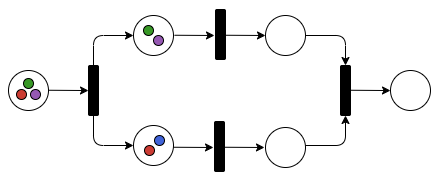
Before: logo/DistributedWorkflow.png, a diagram exported from draw.io (FiroozehDastur/DistributedWorkflows.jl). Source tidied: cells renumbered, new cells last; positions are measured from the earlier drawing's top-left corner, leaving out a move shared by most shapes. The source it was exported from:
```xml
<mxGraphModel>
  <root>
    <mxCell id="0" />
    <mxCell id="1" parent="0" />
    <mxCell id="2" style="rounded=1;whiteSpace=wrap;html=1;strokeColor=#FFFFFF;fillColor=#FFFFFF;" parent="1" vertex="1">
      <mxGeometry width="440" height="180" as="geometry" />
    </mxCell>
    <mxCell id="3" style="ellipse;whiteSpace=wrap;html=1;" parent="1" vertex="1">
      <mxGeometry x="8" y="70" width="40" height="40" as="geometry" />
    </mxCell>
    <mxCell id="4" style="ellipse;whiteSpace=wrap;html=1;" parent="1" vertex="1">
      <mxGeometry x="265" y="15" width="40" height="40" as="geometry" />
    </mxCell>
    <mxCell id="5" style="ellipse;whiteSpace=wrap;html=1;" parent="1" vertex="1">
      <mxGeometry x="265" y="127" width="40" height="40" as="geometry" />
    </mxCell>
    <mxCell id="6" style="ellipse;whiteSpace=wrap;html=1;" parent="1" vertex="1">
      <mxGeometry x="133" y="15" width="40" height="40" as="geometry" />
    </mxCell>
    <mxCell id="7" style="ellipse;whiteSpace=wrap;html=1;" parent="1" vertex="1">
      <mxGeometry x="133" y="125" width="40" height="40" as="geometry" />
    </mxCell>
    <mxCell id="8" style="ellipse;whiteSpace=wrap;html=1;" parent="1" vertex="1">
      <mxGeometry x="390" y="70" width="40" height="40" as="geometry" />
    </mxCell>
    <mxCell id="9" style="rounded=1;whiteSpace=wrap;html=1;fillStyle=auto;gradientColor=none;strokeColor=default;fillColor=#000000;" parent="1" vertex="1">
      <mxGeometry x="88" y="65" width="10" height="50" as="geometry" />
    </mxCell>
    <mxCell id="10" style="endArrow=classic;html=1;rounded=0;" parent="1" edge="1">
      <mxGeometry relative="1" as="geometry">
        <mxPoint x="48" y="89.8" as="sourcePoint" />
        <mxPoint x="88" y="90.1" as="targetPoint" />
      </mxGeometry>
    </mxCell>
    <mxCell id="11" style="endArrow=classic;html=1;rounded=0;" parent="1" edge="1">
      <mxGeometry relative="1" as="geometry">
        <mxPoint x="173" y="146.8" as="sourcePoint" />
        <mxPoint x="213" y="147" as="targetPoint" />
      </mxGeometry>
    </mxCell>
    <mxCell id="12" style="group;" parent="1" vertex="1">
      <mxGeometry x="12" y="80" width="30" height="20" as="geometry" />
    </mxCell>
    <mxCell id="13" style="ellipse;whiteSpace=wrap;html=1;fillColor=#389826;shadow=0;" parent="12" vertex="1">
      <mxGeometry x="11" y="-2" width="10" height="10" as="geometry" />
    </mxCell>
    <mxCell id="14" style="ellipse;whiteSpace=wrap;html=1;fillColor=#9558B2;shadow=0;" parent="12" vertex="1">
      <mxGeometry x="18" y="9" width="10" height="10" as="geometry" />
    </mxCell>
    <mxCell id="15" style="ellipse;whiteSpace=wrap;html=1;fillColor=#CB3C33;shadow=0;" parent="12" vertex="1">
      <mxGeometry x="4" y="9" width="10" height="10" as="geometry" />
    </mxCell>
    <mxCell id="16" style="group;" parent="1" vertex="1">
      <mxGeometry x="144" y="135" width="20" height="20" as="geometry" />
    </mxCell>
    <mxCell id="17" style="ellipse;whiteSpace=wrap;html=1;fillColor=#4063D8;" parent="16" vertex="1">
      <mxGeometry x="10" width="10" height="10" as="geometry" />
    </mxCell>
    <mxCell id="18" style="ellipse;whiteSpace=wrap;html=1;fillColor=#CB3C33;" parent="16" vertex="1">
      <mxGeometry y="10" width="10" height="10" as="geometry" />
    </mxCell>
    <mxCell id="19" style="group;" parent="1" vertex="1">
      <mxGeometry x="143" y="25" width="20" height="20" as="geometry" />
    </mxCell>
    <mxCell id="20" style="ellipse;whiteSpace=wrap;html=1;fillColor=#389826;" parent="19" vertex="1">
      <mxGeometry width="10" height="10" as="geometry" />
    </mxCell>
    <mxCell id="21" style="ellipse;whiteSpace=wrap;html=1;fillColor=#9558B2;" parent="19" vertex="1">
      <mxGeometry x="10" y="10" width="10" height="10" as="geometry" />
    </mxCell>
    <mxCell id="22" style="endArrow=classic;html=1;rounded=0;" parent="1" edge="1">
      <mxGeometry relative="1" as="geometry">
        <mxPoint x="174" y="34.8" as="sourcePoint" />
        <mxPoint x="214" y="35" as="targetPoint" />
      </mxGeometry>
    </mxCell>
    <mxCell id="23" style="endArrow=classic;html=1;rounded=0;" parent="1" edge="1">
      <mxGeometry relative="1" as="geometry">
        <mxPoint x="224" y="146.8" as="sourcePoint" />
        <mxPoint x="264" y="147" as="targetPoint" />
      </mxGeometry>
    </mxCell>
    <mxCell id="24" style="endArrow=classic;html=1;rounded=0;" parent="1" edge="1">
      <mxGeometry relative="1" as="geometry">
        <mxPoint x="225" y="34.8" as="sourcePoint" />
        <mxPoint x="265" y="35" as="targetPoint" />
      </mxGeometry>
    </mxCell>
    <mxCell id="25" style="endArrow=classic;html=1;rounded=0;" parent="1" edge="1">
      <mxGeometry relative="1" as="geometry">
        <mxPoint x="350" y="89.8" as="sourcePoint" />
        <mxPoint x="390" y="90.1" as="targetPoint" />
      </mxGeometry>
    </mxCell>
    <mxCell id="26" style="rounded=1;whiteSpace=wrap;html=1;fillStyle=auto;gradientColor=none;strokeColor=default;fillColor=#000000;" parent="1" vertex="1">
      <mxGeometry x="215" y="9" width="10" height="50" as="geometry" />
    </mxCell>
    <mxCell id="27" style="rounded=1;whiteSpace=wrap;html=1;fillStyle=auto;gradientColor=none;strokeColor=default;fillColor=#000000;" parent="1" vertex="1">
      <mxGeometry x="214" y="121" width="10" height="50" as="geometry" />
    </mxCell>
    <mxCell id="28" style="rounded=1;whiteSpace=wrap;html=1;fillStyle=auto;gradientColor=none;strokeColor=default;fillColor=#000000;" parent="1" vertex="1">
      <mxGeometry x="340" y="65" width="10" height="50" as="geometry" />
    </mxCell>
    <mxCell id="29" style="endArrow=classic;html=1;rounded=1;curved=0;" parent="1" edge="1">
      <mxGeometry relative="1" as="geometry">
        <mxPoint x="93" y="65" as="sourcePoint" />
        <mxPoint x="133" y="35" as="targetPoint" />
        <Array as="points">
          <mxPoint x="93" y="35" />
        </Array>
      </mxGeometry>
    </mxCell>
    <mxCell id="30" style="endArrow=classic;html=1;rounded=1;curved=0;" parent="1" edge="1">
      <mxGeometry relative="1" as="geometry">
        <mxPoint x="93" y="115" as="sourcePoint" />
        <mxPoint x="133" y="145" as="targetPoint" />
        <Array as="points">
          <mxPoint x="93" y="145" />
        </Array>
      </mxGeometry>
    </mxCell>
    <mxCell id="31" style="endArrow=classic;html=1;rounded=1;curved=0;" parent="1" edge="1">
      <mxGeometry relative="1" as="geometry">
        <mxPoint x="305" y="35" as="sourcePoint" />
        <mxPoint x="345" y="65" as="targetPoint" />
        <Array as="points">
          <mxPoint x="345" y="35" />
        </Array>
      </mxGeometry>
    </mxCell>
    <mxCell id="32" style="endArrow=classic;html=1;rounded=1;curved=0;" parent="1" edge="1">
      <mxGeometry relative="1" as="geometry">
        <mxPoint x="305" y="145" as="sourcePoint" />
        <mxPoint x="345" y="115" as="targetPoint" />
        <Array as="points">
          <mxPoint x="345" y="145" />
        </Array>
      </mxGeometry>
    </mxCell>
  </root>
</mxGraphModel>
```
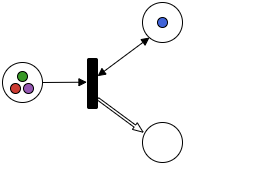
The same diagram one commit later.

Change to the diagram source:
```diff
@@ -2,140 +2,79 @@
   <root>
     <mxCell id="0" />
     <mxCell id="1" parent="0" />
-    <mxCell id="2" style="rounded=1;whiteSpace=wrap;html=1;strokeColor=#FFFFFF;fillColor=#FFFFFF;" parent="1" vertex="1">
-      <mxGeometry width="440" height="180" as="geometry" />
-    </mxCell>
+    <mxCell id="33" style="shape=flexArrow;endArrow=classic;startArrow=none;html=1;rounded=0;startFill=0;strokeWidth=1;exitX=1;exitY=0.75;exitDx=0;exitDy=0;width=6.458333333333334;endSize=3.7125000000000004;endWidth=7.612847222222222;entryX=0.138;entryY=0.292;entryDx=0;entryDy=0;entryPerimeter=0;fillColor=default;strokeColor=none;" parent="1" edge="1">
+      <mxGeometry relative="1" as="geometry">
+        <mxPoint x="113" y="-74" as="sourcePoint" />
+        <mxPoint x="159" y="-40" as="targetPoint" />
+      </mxGeometry>
+    </mxCell>
+    <mxCell id="34" style="endArrow=block;startArrow=block;html=1;rounded=0;exitX=1;exitY=0.25;exitDx=0;exitDy=0;backgroundOutline=1;labelBackgroundColor=#FFFFFF;labelBorderColor=#FFFFFF;entryX=0.126;entryY=0.725;entryDx=0;entryDy=0;entryPerimeter=0;shadow=0;jumpStyle=none;endFill=1;startFill=1;shape=flexArrow;width=3.8709677419354835;startSize=2.767741935483871;startWidth=10.504682622268469;endWidth=10.504682622268469;endSize=2.767741935483871;fillColor=default;strokeColor=none;" parent="1" edge="1">
+      <mxGeometry relative="1" as="geometry">
+        <mxPoint x="113" y="-96.5" as="sourcePoint" />
+        <mxPoint x="165" y="-135" as="targetPoint" />
+      </mxGeometry>
+    </mxCell>
+    <mxCell id="35" style="ellipse;whiteSpace=wrap;html=1;perimeterSpacing=4;strokeColor=none;" parent="1" vertex="1">
+      <mxGeometry x="16" y="-112" width="44" height="44" as="geometry" />
+    </mxCell>
-    <mxCell id="3" style="ellipse;whiteSpace=wrap;html=1;" parent="1" vertex="1">
-      <mxGeometry x="8" y="70" width="40" height="40" as="geometry" />
+    <mxCell id="3" style="ellipse;whiteSpace=wrap;html=1;gradientColor=none;fillColor=#FFFFFF;perimeterSpacing=4;" parent="1" vertex="1">
+      <mxGeometry x="18" y="-110" width="40" height="40" as="geometry" />
     </mxCell>
-    <mxCell id="4" style="ellipse;whiteSpace=wrap;html=1;" parent="1" vertex="1">
-      <mxGeometry x="265" y="15" width="40" height="40" as="geometry" />
-    </mxCell>
-    <mxCell id="5" style="ellipse;whiteSpace=wrap;html=1;" parent="1" vertex="1">
-      <mxGeometry x="265" y="127" width="40" height="40" as="geometry" />
-    </mxCell>
-    <mxCell id="6" style="ellipse;whiteSpace=wrap;html=1;" parent="1" vertex="1">
-      <mxGeometry x="133" y="15" width="40" height="40" as="geometry" />
-    </mxCell>
-    <mxCell id="7" style="ellipse;whiteSpace=wrap;html=1;" parent="1" vertex="1">
-      <mxGeometry x="133" y="125" width="40" height="40" as="geometry" />
-    </mxCell>
-    <mxCell id="8" style="ellipse;whiteSpace=wrap;html=1;" parent="1" vertex="1">
-      <mxGeometry x="390" y="70" width="40" height="40" as="geometry" />
-    </mxCell>
-    <mxCell id="9" style="rounded=1;whiteSpace=wrap;html=1;fillStyle=auto;gradientColor=none;strokeColor=default;fillColor=#000000;" parent="1" vertex="1">
-      <mxGeometry x="88" y="65" width="10" height="50" as="geometry" />
-    </mxCell>
-    <mxCell id="10" style="endArrow=classic;html=1;rounded=0;" parent="1" edge="1">
-      <mxGeometry relative="1" as="geometry">
-        <mxPoint x="48" y="89.8" as="sourcePoint" />
-        <mxPoint x="88" y="90.1" as="targetPoint" />
-      </mxGeometry>
-    </mxCell>
-    <mxCell id="11" style="endArrow=classic;html=1;rounded=0;" parent="1" edge="1">
-      <mxGeometry relative="1" as="geometry">
-        <mxPoint x="173" y="146.8" as="sourcePoint" />
-        <mxPoint x="213" y="147" as="targetPoint" />
-      </mxGeometry>
-    </mxCell>
+    <mxCell id="36" style="ellipse;whiteSpace=wrap;html=1;perimeterSpacing=4;strokeColor=none;" parent="1" vertex="1">
+      <mxGeometry x="156" y="-172" width="44" height="44" as="geometry" />
+    </mxCell>
     <mxCell id="12" style="group;" parent="1" vertex="1">
-      <mxGeometry x="12" y="80" width="30" height="20" as="geometry" />
+      <mxGeometry x="30" y="-93" width="241" height="110" as="geometry" />
     </mxCell>
+    <mxCell id="37" style="endArrow=block;html=1;rounded=0;exitX=1;exitY=0.5;exitDx=0;exitDy=0;targetPerimeterSpacing=0;strokeWidth=1;jumpStyle=none;backgroundOutline=1;entryX=0.237;entryY=0.474;entryDx=0;entryDy=0;entryPerimeter=0;endFill=1;shape=flexArrow;width=3.614457831325301;endSize=3.3036144578313253;endWidth=9.162330905306971;strokeColor=none;fillColor=default;startSize=6;" parent="12" edge="1">
+      <mxGeometry relative="1" as="geometry">
+        <mxPoint x="28" y="3" as="sourcePoint" />
+        <mxPoint x="73.3" y="2.5" as="targetPoint" />
+      </mxGeometry>
+    </mxCell>
+    <mxCell id="38" style="rounded=1;whiteSpace=wrap;html=1;fillStyle=auto;gradientColor=none;strokeColor=none;fillColor=#FFFFFF;perimeterSpacing=4;" parent="12" vertex="1">
+      <mxGeometry x="71" y="-23" width="14" height="54" as="geometry" />
+    </mxCell>
+    <mxCell id="39" style="ellipse;whiteSpace=wrap;html=1;perimeterSpacing=4;strokeColor=none;" parent="12" vertex="1">
+      <mxGeometry x="126" y="41" width="44" height="44" as="geometry" />
+    </mxCell>
     <mxCell id="13" style="ellipse;whiteSpace=wrap;html=1;fillColor=#389826;shadow=0;" parent="12" vertex="1">
-      <mxGeometry x="11" y="-2" width="10" height="10" as="geometry" />
+      <mxGeometry x="3" y="-8" width="10" height="10" as="geometry" />
     </mxCell>
     <mxCell id="14" style="ellipse;whiteSpace=wrap;html=1;fillColor=#9558B2;shadow=0;" parent="12" vertex="1">
-      <mxGeometry x="18" y="9" width="10" height="10" as="geometry" />
+      <mxGeometry x="9" y="4" width="10" height="10" as="geometry" />
     </mxCell>
     <mxCell id="15" style="ellipse;whiteSpace=wrap;html=1;fillColor=#CB3C33;shadow=0;" parent="12" vertex="1">
-      <mxGeometry x="4" y="9" width="10" height="10" as="geometry" />
+      <mxGeometry x="-4" y="4" width="10" height="10" as="geometry" />
     </mxCell>
-    <mxCell id="16" style="group;" parent="1" vertex="1">
-      <mxGeometry x="144" y="135" width="20" height="20" as="geometry" />
-    </mxCell>
+    <mxCell id="9" style="rounded=1;whiteSpace=wrap;html=1;fillStyle=auto;gradientColor=none;strokeColor=default;fillColor=#000000;perimeterSpacing=4;" parent="12" vertex="1">
+      <mxGeometry x="73" y="-21" width="10" height="50" as="geometry" />
+    </mxCell>
+    <mxCell id="40" style="endArrow=block;html=1;rounded=0;exitX=1;exitY=0.5;exitDx=0;exitDy=0;targetPerimeterSpacing=0;strokeWidth=1;jumpStyle=none;backgroundOutline=1;entryX=0.249;entryY=0.479;entryDx=0;entryDy=0;entryPerimeter=0;endFill=1;startSize=6;" parent="12" edge="1" target="38">
+      <mxGeometry relative="1" as="geometry">
+        <mxPoint x="28" y="3" as="sourcePoint" />
+      </mxGeometry>
+    </mxCell>
+    <mxCell id="6" style="ellipse;whiteSpace=wrap;html=1;perimeterSpacing=4;" parent="1" vertex="1">
+      <mxGeometry x="158" y="-170" width="40" height="40" as="geometry" />
+    </mxCell>
-    <mxCell id="17" style="ellipse;whiteSpace=wrap;html=1;fillColor=#4063D8;" parent="16" vertex="1">
-      <mxGeometry x="10" width="10" height="10" as="geometry" />
+    <mxCell id="17" style="ellipse;whiteSpace=wrap;html=1;fillColor=#4063D8;" parent="1" vertex="1">
+      <mxGeometry x="173" y="-155" width="10" height="10" as="geometry" />
     </mxCell>
-    <mxCell id="18" style="ellipse;whiteSpace=wrap;html=1;fillColor=#CB3C33;" parent="16" vertex="1">
-      <mxGeometry y="10" width="10" height="10" as="geometry" />
-    </mxCell>
-    <mxCell id="19" style="group;" parent="1" vertex="1">
-      <mxGeometry x="143" y="25" width="20" height="20" as="geometry" />
-    </mxCell>
-    <mxCell id="20" style="ellipse;whiteSpace=wrap;html=1;fillColor=#389826;" parent="19" vertex="1">
-      <mxGeometry width="10" height="10" as="geometry" />
-    </mxCell>
-    <mxCell id="21" style="ellipse;whiteSpace=wrap;html=1;fillColor=#9558B2;" parent="19" vertex="1">
-      <mxGeometry x="10" y="10" width="10" height="10" as="geometry" />
-    </mxCell>
-    <mxCell id="22" style="endArrow=classic;html=1;rounded=0;" parent="1" edge="1">
-      <mxGeometry relative="1" as="geometry">
-        <mxPoint x="174" y="34.8" as="sourcePoint" />
-        <mxPoint x="214" y="35" as="targetPoint" />
-      </mxGeometry>
-    </mxCell>
-    <mxCell id="23" style="endArrow=classic;html=1;rounded=0;" parent="1" edge="1">
-      <mxGeometry relative="1" as="geometry">
-        <mxPoint x="224" y="146.8" as="sourcePoint" />
-        <mxPoint x="264" y="147" as="targetPoint" />
-      </mxGeometry>
-    </mxCell>
-    <mxCell id="24" style="endArrow=classic;html=1;rounded=0;" parent="1" edge="1">
-      <mxGeometry relative="1" as="geometry">
-        <mxPoint x="225" y="34.8" as="sourcePoint" />
-        <mxPoint x="265" y="35" as="targetPoint" />
-      </mxGeometry>
-    </mxCell>
-    <mxCell id="25" style="endArrow=classic;html=1;rounded=0;" parent="1" edge="1">
-      <mxGeometry relative="1" as="geometry">
-        <mxPoint x="350" y="89.8" as="sourcePoint" />
-        <mxPoint x="390" y="90.1" as="targetPoint" />
-      </mxGeometry>
-    </mxCell>
-    <mxCell id="26" style="rounded=1;whiteSpace=wrap;html=1;fillStyle=auto;gradientColor=none;strokeColor=default;fillColor=#000000;" parent="1" vertex="1">
-      <mxGeometry x="215" y="9" width="10" height="50" as="geometry" />
-    </mxCell>
-    <mxCell id="27" style="rounded=1;whiteSpace=wrap;html=1;fillStyle=auto;gradientColor=none;strokeColor=default;fillColor=#000000;" parent="1" vertex="1">
-      <mxGeometry x="214" y="121" width="10" height="50" as="geometry" />
-    </mxCell>
-    <mxCell id="28" style="rounded=1;whiteSpace=wrap;html=1;fillStyle=auto;gradientColor=none;strokeColor=default;fillColor=#000000;" parent="1" vertex="1">
-      <mxGeometry x="340" y="65" width="10" height="50" as="geometry" />
-    </mxCell>
-    <mxCell id="29" style="endArrow=classic;html=1;rounded=1;curved=0;" parent="1" edge="1">
-      <mxGeometry relative="1" as="geometry">
-        <mxPoint x="93" y="65" as="sourcePoint" />
-        <mxPoint x="133" y="35" as="targetPoint" />
-        <Array as="points">
-          <mxPoint x="93" y="35" />
-        </Array>
-      </mxGeometry>
-    </mxCell>
-    <mxCell id="30" style="endArrow=classic;html=1;rounded=1;curved=0;" parent="1" edge="1">
-      <mxGeometry relative="1" as="geometry">
-        <mxPoint x="93" y="115" as="sourcePoint" />
-        <mxPoint x="133" y="145" as="targetPoint" />
-        <Array as="points">
-          <mxPoint x="93" y="145" />
-        </Array>
-      </mxGeometry>
-    </mxCell>
-    <mxCell id="31" style="endArrow=classic;html=1;rounded=1;curved=0;" parent="1" edge="1">
-      <mxGeometry relative="1" as="geometry">
-        <mxPoint x="305" y="35" as="sourcePoint" />
-        <mxPoint x="345" y="65" as="targetPoint" />
-        <Array as="points">
-          <mxPoint x="345" y="35" />
-        </Array>
-      </mxGeometry>
-    </mxCell>
-    <mxCell id="32" style="endArrow=classic;html=1;rounded=1;curved=0;" parent="1" edge="1">
-      <mxGeometry relative="1" as="geometry">
-        <mxPoint x="305" y="145" as="sourcePoint" />
-        <mxPoint x="345" y="115" as="targetPoint" />
-        <Array as="points">
-          <mxPoint x="345" y="145" />
-        </Array>
-      </mxGeometry>
-    </mxCell>
+    <mxCell id="7" style="ellipse;whiteSpace=wrap;html=1;perimeterSpacing=4;" parent="1" vertex="1">
+      <mxGeometry x="158" y="-50" width="40" height="40" as="geometry" />
+    </mxCell>
+    <mxCell id="41" style="endArrow=block;startArrow=block;html=1;rounded=0;exitX=1;exitY=0.25;exitDx=0;exitDy=0;backgroundOutline=1;labelBackgroundColor=#FFFFFF;labelBorderColor=#FFFFFF;entryX=0.126;entryY=0.725;entryDx=0;entryDy=0;entryPerimeter=0;shadow=0;jumpStyle=none;endFill=1;startFill=1;" parent="1" edge="1">
+      <mxGeometry relative="1" as="geometry">
+        <mxPoint x="113" y="-96.3" as="sourcePoint" />
+        <mxPoint x="165" y="-135" as="targetPoint" />
+      </mxGeometry>
+    </mxCell>
+    <mxCell id="42" style="shape=flexArrow;endArrow=classic;startArrow=none;html=1;rounded=0;startFill=0;strokeWidth=1;exitX=1;exitY=0.75;exitDx=0;exitDy=0;width=2.5899280575539567;endSize=3.093525179856115;endWidth=4.663319703949071;entryX=0.138;entryY=0.292;entryDx=0;entryDy=0;entryPerimeter=0;" parent="1" edge="1">
+      <mxGeometry relative="1" as="geometry">
+        <mxPoint x="113" y="-74" as="sourcePoint" />
+        <mxPoint x="159" y="-40" as="targetPoint" />
+      </mxGeometry>
+    </mxCell>
   </root>
 </mxGraphModel>
```
